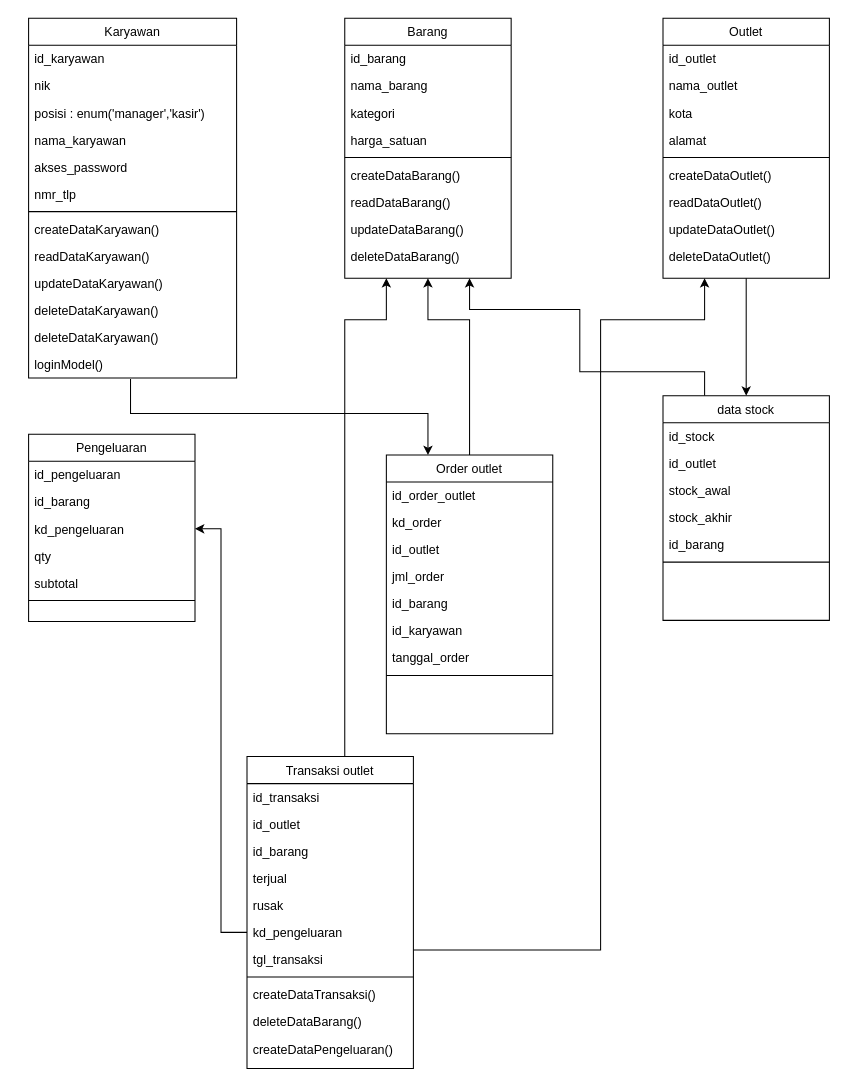
mqnoy/kakapeh keeps this draw.io diagram as diagram/class_diagram.drawio. Above is the earlier version. Source tidied: cells renumbered, new cells numbered last; positions are measured from the earlier drawing's top-left corner, leaving out a move shared by most shapes. Both pictures are drawn from the tidied source at 104%, with x=0, y=0 at pixel (28, 18).
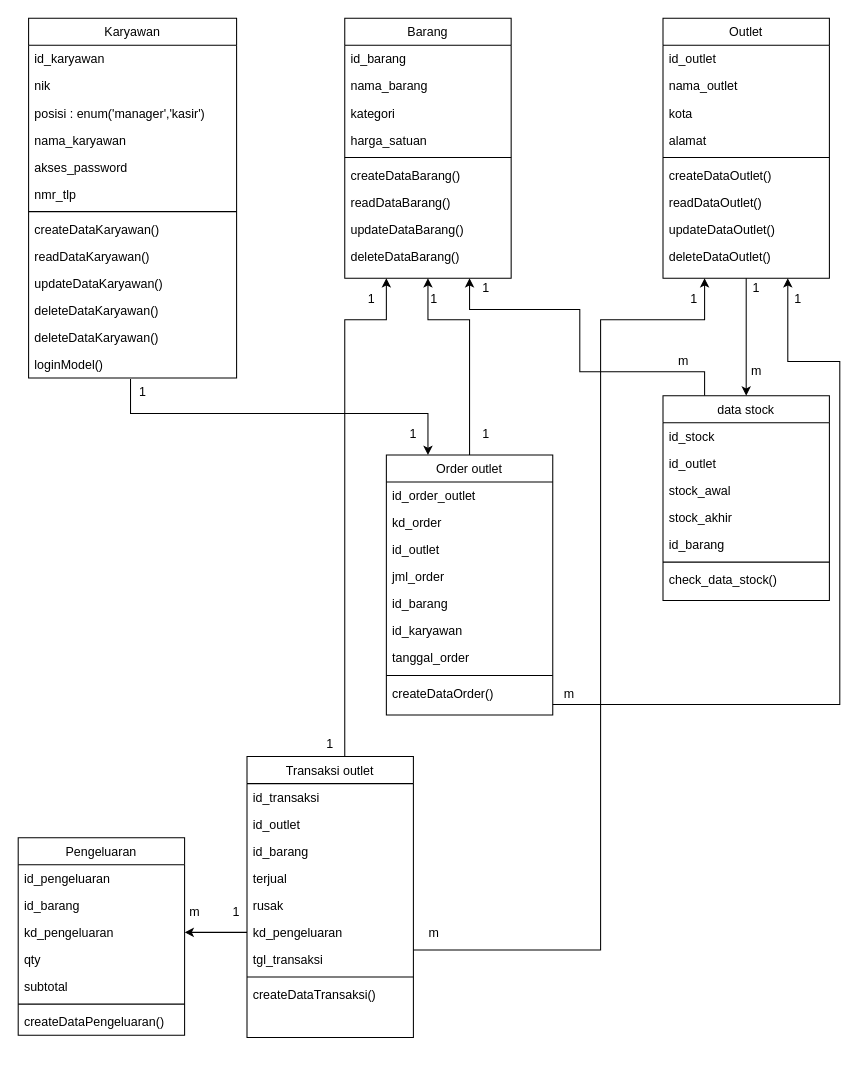
Above is the later version.

The change refers to these unchanged cells:
```xml
<mxCell id="11" value="Outlet" style="swimlane;fontStyle=0;align=center;verticalAlign=top;horizontal=1;startSize=26;rounded=0;shadow=0;strokeWidth=1;" parent="1" vertex="1">
  <mxGeometry x="610" width="160" height="250" as="geometry" />
</mxCell>
<mxCell id="49" value="kd_pengeluaran" style="text;align=left;verticalAlign=top;spacingLeft=4;spacingRight=4;overflow=hidden;points=[[0,0.5],[1,0.5]];portConstraint=eastwest;rounded=0;shadow=0;html=0;" parent="43" vertex="1">
  <mxGeometry y="156" width="160" height="26" as="geometry" />
</mxCell>
<mxCell id="73" value="kd_pengeluaran" style="text;align=left;verticalAlign=top;spacingLeft=4;spacingRight=4;overflow=hidden;points=[[0,0.5],[1,0.5]];portConstraint=eastwest;" parent="70" vertex="1">
  <mxGeometry y="78" width="160" height="26" as="geometry" />
</mxCell>
```

What changed in the source:
```diff
@@
     <mxCell id="3" value="data stock" style="swimlane;fontStyle=0;align=center;verticalAlign=top;horizontal=1;startSize=26;rounded=0;shadow=0;strokeWidth=1;" parent="1" vertex="1">
-      <mxGeometry x="610" y="363" width="160" height="216" as="geometry" />
+      <mxGeometry x="610" y="363" width="160" height="197" as="geometry" />
     </mxCell>
@@
+    <mxCell id="78" value="check_data_stock()" style="text;align=left;verticalAlign=top;spacingLeft=4;spacingRight=4;overflow=hidden;" parent="3" vertex="1">
+      <mxGeometry y="164" width="160" height="26" as="geometry" />
+    </mxCell>
@@
+    <mxCell id="79" style="edgeStyle=orthogonalEdgeStyle;rounded=0;jettySize=auto;html=1;entryX=0.75;entryY=1;entryDx=0;entryDy=0;" parent="1" edge="1" source="22" target="11">
+      <mxGeometry relative="1" as="geometry">
+        <Array as="points">
+          <mxPoint x="780" y="660" />
+          <mxPoint x="780" y="330" />
+          <mxPoint x="730" y="330" />
+        </Array>
+      </mxGeometry>
+    </mxCell>
     <mxCell id="22" value="Order outlet" style="swimlane;fontStyle=0;align=center;verticalAlign=top;horizontal=1;startSize=26;rounded=0;shadow=0;strokeWidth=1;" parent="1" vertex="1">
-      <mxGeometry x="344" y="420" width="160" height="268" as="geometry" />
+      <mxGeometry x="344" y="420" width="160" height="250" as="geometry" />
     </mxCell>
@@
+    <mxCell id="80" value="createDataOrder()" style="text;align=left;verticalAlign=top;spacingLeft=4;spacingRight=4;overflow=hidden;" parent="22" vertex="1">
+      <mxGeometry y="216" width="160" height="26" as="geometry" />
+    </mxCell>
@@
     <mxCell id="43" value="Transaksi outlet" style="swimlane;fontStyle=0;align=center;verticalAlign=top;horizontal=1;startSize=26;rounded=0;shadow=0;strokeWidth=1;" parent="1" vertex="1">
-      <mxGeometry x="210" y="710" width="160" height="300" as="geometry" />
+      <mxGeometry x="210" y="710" width="160" height="270" as="geometry" />
     </mxCell>
@@
-    <mxCell id="53" value="deleteDataBarang()" style="text;align=left;verticalAlign=top;spacingLeft=4;spacingRight=4;overflow=hidden;" parent="43" vertex="1">
-      <mxGeometry y="242" width="160" height="26" as="geometry" />
-    </mxCell>
-    <mxCell id="54" value="createDataPengeluaran()" style="text;align=left;verticalAlign=top;spacingLeft=4;spacingRight=4;overflow=hidden;fontStyle=0;" parent="43" vertex="1">
-      <mxGeometry y="268" width="160" height="26" as="geometry" />
-    </mxCell>
@@
+    <mxCell id="77" style="edgeStyle=orthogonalEdgeStyle;rounded=0;jettySize=auto;html=1;entryX=1;entryY=0.5;entryDx=0;entryDy=0;" parent="1" edge="1" source="49" target="73">
+      <mxGeometry relative="1" as="geometry" />
+    </mxCell>
     <mxCell id="70" value="Pengeluaran" style="swimlane;fontStyle=0;align=center;verticalAlign=top;horizontal=1;startSize=26;rounded=0;shadow=0;strokeWidth=1;" parent="1" vertex="1">
-      <mxGeometry y="400" width="160" height="180" as="geometry" />
+      <mxGeometry x="-10" y="788" width="160" height="190" as="geometry" />
     </mxCell>
@@
-    <mxCell id="77" style="edgeStyle=orthogonalEdgeStyle;rounded=0;jettySize=auto;html=1;entryX=1;entryY=0.5;entryDx=0;entryDy=0;" parent="1" edge="1" source="49" target="73">
-      <mxGeometry relative="1" as="geometry" />
-    </mxCell>
+    <mxCell id="54" value="createDataPengeluaran()" style="text;align=left;verticalAlign=top;spacingLeft=4;spacingRight=4;overflow=hidden;fontStyle=0;" parent="70" vertex="1">
+      <mxGeometry y="164" width="160" height="26" as="geometry" />
+    </mxCell>
+    <mxCell id="81" value="1" style="text;html=1;strokeColor=none;fillColor=none;align=center;verticalAlign=middle;whiteSpace=wrap;rounded=0;" parent="1" vertex="1">
+      <mxGeometry x="180" y="850" width="40" height="20" as="geometry" />
+    </mxCell>
+    <mxCell id="82" value="m" style="text;html=1;strokeColor=none;fillColor=none;align=center;verticalAlign=middle;whiteSpace=wrap;rounded=0;" parent="1" vertex="1">
+      <mxGeometry x="140" y="850" width="40" height="20" as="geometry" />
+    </mxCell>
+    <mxCell id="83" value="1" style="text;html=1;strokeColor=none;fillColor=none;align=center;verticalAlign=middle;whiteSpace=wrap;rounded=0;" parent="1" vertex="1">
+      <mxGeometry x="270" y="688" width="40" height="20" as="geometry" />
+    </mxCell>
+    <mxCell id="84" value="1" style="text;html=1;strokeColor=none;fillColor=none;align=center;verticalAlign=middle;whiteSpace=wrap;rounded=0;" parent="1" vertex="1">
+      <mxGeometry x="310" y="260" width="40" height="20" as="geometry" />
+    </mxCell>
+    <mxCell id="85" value="1" style="text;html=1;strokeColor=none;fillColor=none;align=center;verticalAlign=middle;whiteSpace=wrap;rounded=0;" parent="1" vertex="1">
+      <mxGeometry x="90" y="350" width="40" height="20" as="geometry" />
+    </mxCell>
+    <mxCell id="86" value="1" style="text;html=1;strokeColor=none;fillColor=none;align=center;verticalAlign=middle;whiteSpace=wrap;rounded=0;" parent="1" vertex="1">
+      <mxGeometry x="350" y="390" width="40" height="20" as="geometry" />
+    </mxCell>
+    <mxCell id="87" value="1" style="text;html=1;strokeColor=none;fillColor=none;align=center;verticalAlign=middle;whiteSpace=wrap;rounded=0;" parent="1" vertex="1">
+      <mxGeometry x="420" y="390" width="40" height="20" as="geometry" />
+    </mxCell>
+    <mxCell id="88" value="1" style="text;html=1;strokeColor=none;fillColor=none;align=center;verticalAlign=middle;whiteSpace=wrap;rounded=0;" parent="1" vertex="1">
+      <mxGeometry x="370" y="260" width="40" height="20" as="geometry" />
+    </mxCell>
+    <mxCell id="89" value="1" style="text;html=1;strokeColor=none;fillColor=none;align=center;verticalAlign=middle;whiteSpace=wrap;rounded=0;" parent="1" vertex="1">
+      <mxGeometry x="420" y="250" width="40" height="20" as="geometry" />
+    </mxCell>
+    <mxCell id="90" value="m" style="text;html=1;strokeColor=none;fillColor=none;align=center;verticalAlign=middle;whiteSpace=wrap;rounded=0;" parent="1" vertex="1">
+      <mxGeometry x="610" y="320" width="40" height="20" as="geometry" />
+    </mxCell>
+    <mxCell id="91" value="1" style="text;html=1;strokeColor=none;fillColor=none;align=center;verticalAlign=middle;whiteSpace=wrap;rounded=0;" parent="1" vertex="1">
+      <mxGeometry x="620" y="260" width="40" height="20" as="geometry" />
+    </mxCell>
+    <mxCell id="92" value="m" style="text;html=1;strokeColor=none;fillColor=none;align=center;verticalAlign=middle;whiteSpace=wrap;rounded=0;" parent="1" vertex="1">
+      <mxGeometry x="370" y="870" width="40" height="20" as="geometry" />
+    </mxCell>
+    <mxCell id="93" value="1" style="text;html=1;strokeColor=none;fillColor=none;align=center;verticalAlign=middle;whiteSpace=wrap;rounded=0;" parent="1" vertex="1">
+      <mxGeometry x="720" y="260" width="40" height="20" as="geometry" />
+    </mxCell>
+    <mxCell id="94" value="m" style="text;html=1;strokeColor=none;fillColor=none;align=center;verticalAlign=middle;whiteSpace=wrap;rounded=0;" parent="1" vertex="1">
+      <mxGeometry x="500" y="640" width="40" height="20" as="geometry" />
+    </mxCell>
+    <mxCell id="95" value="m" style="text;html=1;strokeColor=none;fillColor=none;align=center;verticalAlign=middle;whiteSpace=wrap;rounded=0;" parent="1" vertex="1">
+      <mxGeometry x="680" y="330" width="40" height="20" as="geometry" />
+    </mxCell>
+    <mxCell id="96" value="1" style="text;html=1;strokeColor=none;fillColor=none;align=center;verticalAlign=middle;whiteSpace=wrap;rounded=0;" parent="1" vertex="1">
+      <mxGeometry x="680" y="250" width="40" height="20" as="geometry" />
+    </mxCell>
```
